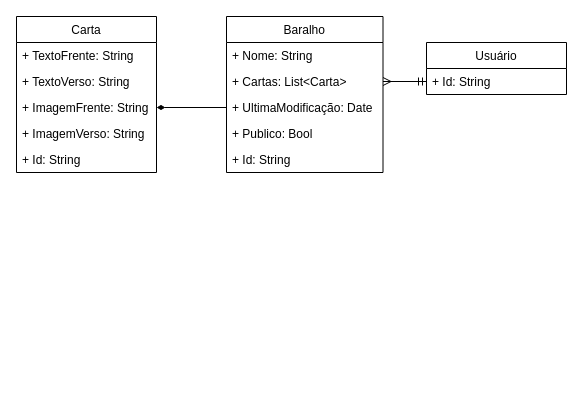
Before: server/diagramas/diagrama_de_classes.drawio in hericles-koelher/memento_studio, a draw.io diagram. Source tidied: cells renumbered, new cells numbered last; positions are measured from the earlier drawing's top-left corner, leaving out a move shared by most shapes. Both pictures are drawn from the tidied source at 100%, with x=0, y=0 at pixel (16, 16).
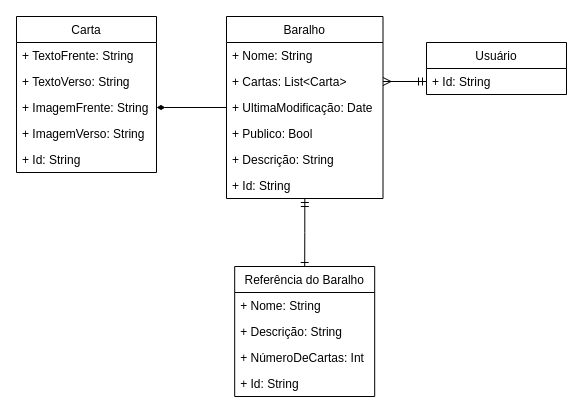
After the change.

Commit message (it also covers changes not shown here):
modificações do diagrama

Diff of the diagram source:
```diff
@@
+    <mxCell id="18" style="edgeStyle=orthogonalEdgeStyle;rounded=0;jettySize=auto;html=1;endArrow=ERone;endFill=0;startArrow=ERmandOne;startFill=0;" parent="1" edge="1" source="8" target="20">
+      <mxGeometry relative="1" as="geometry" />
+    </mxCell>
     <mxCell id="8" value="Baralho" style="swimlane;fontStyle=0;horizontal=1;startSize=26;fillColor=none;" parent="1" vertex="1">
-      <mxGeometry x="210" width="156.5" height="156" as="geometry" />
+      <mxGeometry x="210" width="156.5" height="182" as="geometry" />
     </mxCell>
@@
-    <mxCell id="13" value="+ Id: String" style="text;strokeColor=none;fillColor=none;align=left;verticalAlign=top;spacingLeft=4;spacingRight=4;overflow=hidden;" parent="8" vertex="1">
+    <mxCell id="13" value="+ Descrição: String" style="text;strokeColor=none;fillColor=none;align=left;verticalAlign=top;spacingLeft=4;spacingRight=4;overflow=hidden;" parent="8" vertex="1">
       <mxGeometry y="130" width="156.5" height="26" as="geometry" />
     </mxCell>
+    <mxCell id="19" value="+ Id: String" style="text;strokeColor=none;fillColor=none;align=left;verticalAlign=top;spacingLeft=4;spacingRight=4;overflow=hidden;" parent="8" vertex="1">
+      <mxGeometry y="156" width="156.5" height="26" as="geometry" />
+    </mxCell>
@@
+    <mxCell id="20" value="Referência do Baralho" style="swimlane;fontStyle=0;horizontal=1;startSize=26;fillColor=none;" parent="1" vertex="1">
+      <mxGeometry x="218.2" y="250" width="140" height="130" as="geometry" />
+    </mxCell>
+    <mxCell id="21" value="+ Nome: String" style="text;strokeColor=none;fillColor=none;align=left;verticalAlign=top;spacingLeft=4;spacingRight=4;overflow=hidden;" parent="20" vertex="1">
+      <mxGeometry y="26" width="140" height="26" as="geometry" />
+    </mxCell>
+    <mxCell id="22" value="+ Descrição: String" style="text;strokeColor=none;fillColor=none;align=left;verticalAlign=top;spacingLeft=4;spacingRight=4;overflow=hidden;" parent="20" vertex="1">
+      <mxGeometry y="52" width="140" height="26" as="geometry" />
+    </mxCell>
+    <mxCell id="23" value="+ NúmeroDeCartas: Int" style="text;strokeColor=none;fillColor=none;align=left;verticalAlign=top;spacingLeft=4;spacingRight=4;overflow=hidden;" parent="20" vertex="1">
+      <mxGeometry y="78" width="140" height="26" as="geometry" />
+    </mxCell>
+    <mxCell id="24" value="+ Id: String" style="text;strokeColor=none;fillColor=none;align=left;verticalAlign=top;spacingLeft=4;spacingRight=4;overflow=hidden;" parent="20" vertex="1">
+      <mxGeometry y="104" width="140" height="26" as="geometry" />
+    </mxCell>
```
